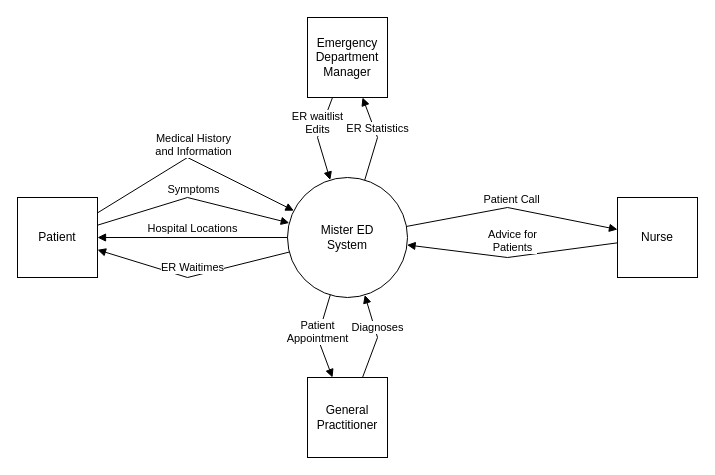
Above: OliverWork/Milestone2/DFDContextLevel.drawio in SENG-350-2024-fall/Team9 (draw.io), before the change. Source tidied: cells renumbered, new cells numbered last; positions are measured from the earlier drawing's top-left corner, leaving out a move shared by most shapes. Both pictures are drawn from the tidied source at 100%, with x=0, y=0 at pixel (17, 17).
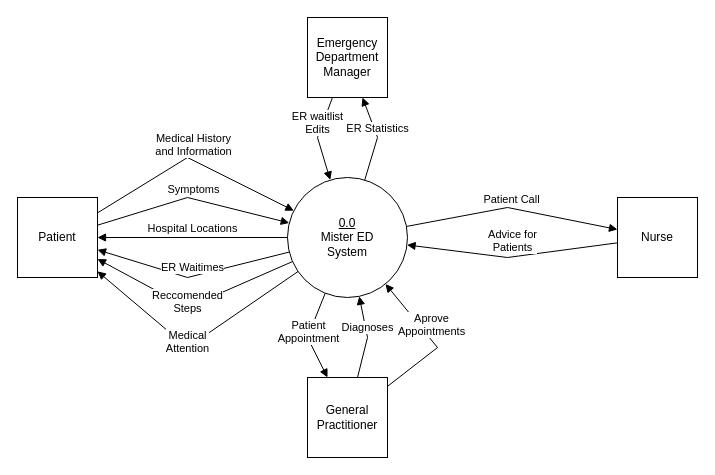
The same page after the edit.

Unchanged cells that the change refers to:
```xml
<mxCell id="3" value="Patient" style="whiteSpace=wrap;html=1;" parent="1" vertex="1">
  <mxGeometry y="180" width="80" height="80" as="geometry" />
</mxCell>
<mxCell id="5" value="General Practitioner" style="whiteSpace=wrap;html=1;" parent="1" vertex="1">
  <mxGeometry x="290" y="360" width="80" height="80" as="geometry" />
</mxCell>
```

Change to the diagram source:
```diff
@@
-    <mxCell id="2" value="Mister ED&lt;div&gt;System&lt;/div&gt;" style="ellipse;whiteSpace=wrap;html=1;" parent="1" vertex="1">
+    <mxCell id="2" value="&lt;div&gt;&lt;u&gt;0.0&lt;/u&gt;&lt;/div&gt;Mister ED&lt;div&gt;System&lt;/div&gt;" style="ellipse;whiteSpace=wrap;html=1;" parent="1" vertex="1">
       <mxGeometry x="270" y="160" width="120" height="120" as="geometry" />
     </mxCell>
@@
     <mxCell id="13" value="Diagnoses" style="html=1;verticalAlign=bottom;endArrow=block;curved=0;rounded=0;" parent="1" edge="1" source="5" target="2">
       <mxGeometry relative="1" as="geometry">
         <Array as="points">
-          <mxPoint x="360" y="320" />
+          <mxPoint x="350" y="320" />
         </Array>
       </mxGeometry>
     </mxCell>
     <mxCell id="14" value="Patient&lt;div&gt;Appointment&lt;/div&gt;" style="html=1;verticalAlign=bottom;endArrow=block;curved=0;rounded=0;" parent="1" edge="1" source="2" target="5">
       <mxGeometry x="0.23" y="-4" relative="1" as="geometry">
         <Array as="points">
-          <mxPoint x="300" y="320" />
+          <mxPoint x="290" y="320" />
         </Array>
       </mxGeometry>
     </mxCell>
@@
+    <mxCell id="17" value="Reccomended&lt;div&gt;Steps&lt;/div&gt;" style="html=1;verticalAlign=bottom;endArrow=block;curved=0;rounded=0;" parent="1" edge="1" source="2" target="3">
+      <mxGeometry x="0.06" y="10" relative="1" as="geometry">
+        <Array as="points">
+          <mxPoint x="170" y="290" />
+        </Array>
+        <mxPoint x="5" y="1" as="offset" />
+      </mxGeometry>
+    </mxCell>
+    <mxCell id="18" value="Medical&lt;div&gt;Attention&lt;/div&gt;" style="html=1;verticalAlign=bottom;endArrow=block;curved=0;rounded=0;" parent="1" edge="1" source="2" target="3">
+      <mxGeometry x="0.06" y="10" relative="1" as="geometry">
+        <Array as="points">
+          <mxPoint x="170" y="330" />
+        </Array>
+        <mxPoint x="6" y="2" as="offset" />
+      </mxGeometry>
+    </mxCell>
+    <mxCell id="19" value="Aprove&lt;div&gt;Appointments&lt;/div&gt;" style="html=1;verticalAlign=bottom;endArrow=block;curved=0;rounded=0;" parent="1" edge="1" source="5" target="2">
+      <mxGeometry relative="1" as="geometry">
+        <Array as="points">
+          <mxPoint x="420" y="330" />
+        </Array>
+      </mxGeometry>
+    </mxCell>
```
